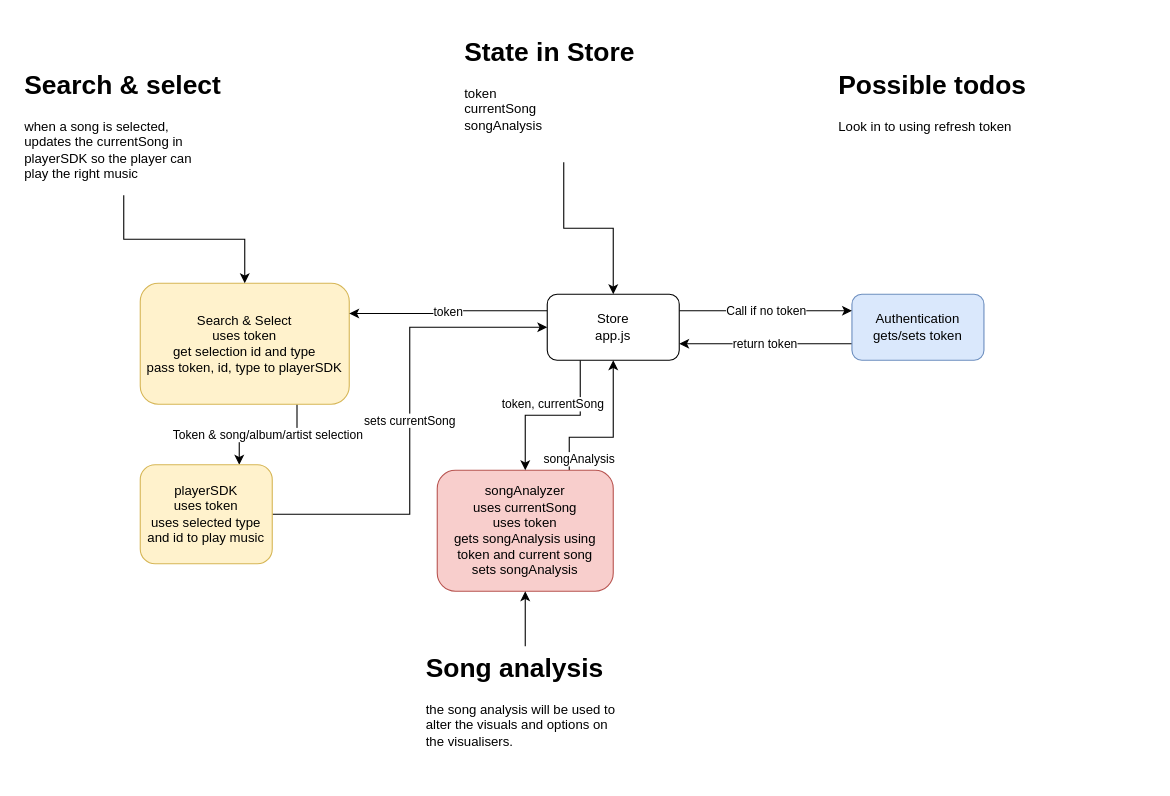
The draw.io diagram zenify.drawio in SilasCundiff/zenify, before the edit. Source tidied: cells renumbered, new cells numbered last; positions are measured from the earlier drawing's top-left corner, leaving out a move shared by most shapes. Both pictures are drawn from the tidied source at 110%, with x=0, y=0 at pixel (19, 30).
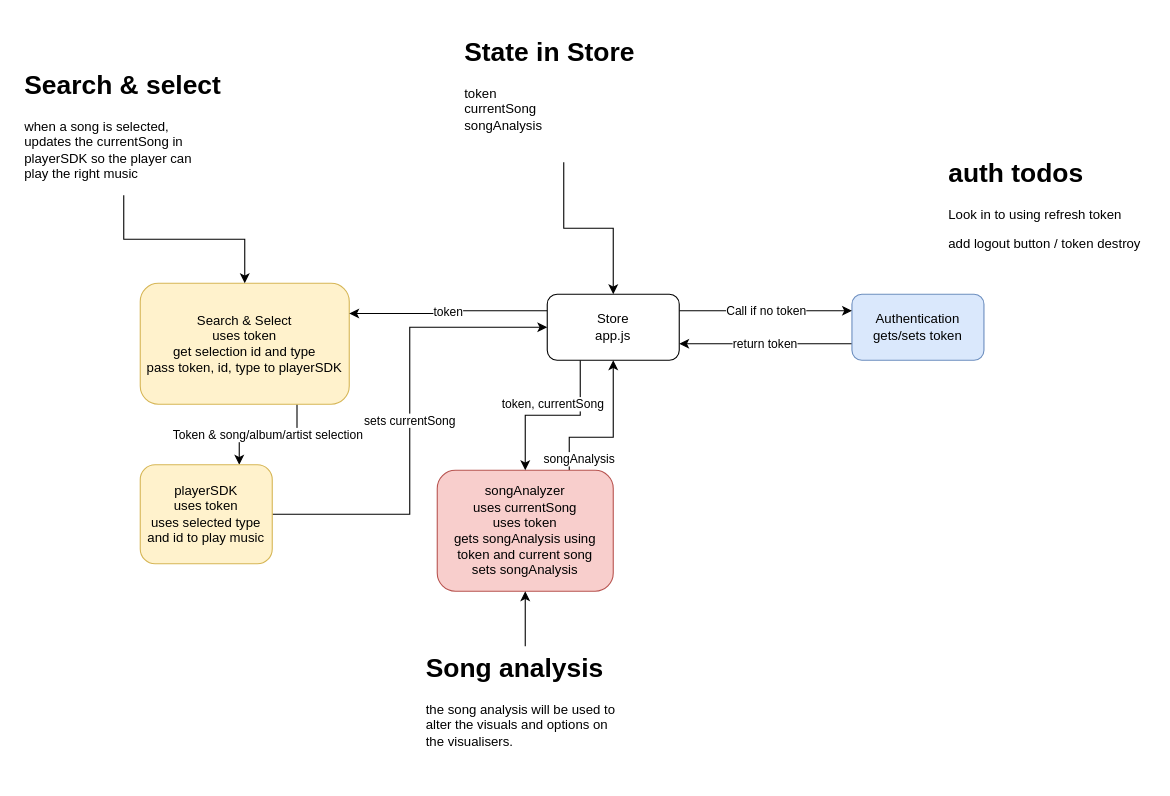
The same diagram, later.

The edit, as a diff of the source:
```diff
@@
-    <mxCell id="20" value="&lt;h1&gt;Possible todos&lt;/h1&gt;&lt;p&gt;Look in to using refresh token&lt;/p&gt;" style="text;html=1;strokeColor=none;fillColor=none;spacing=5;spacingTop=-20;whiteSpace=wrap;overflow=hidden;rounded=0;" parent="1" vertex="1">
-      <mxGeometry x="740" y="30" width="190" height="120" as="geometry" />
+    <mxCell id="20" value="&lt;h1&gt;auth todos&lt;/h1&gt;&lt;p&gt;Look in to using refresh token&lt;/p&gt;&lt;p&gt;add logout button / token destroy&lt;/p&gt;" style="text;html=1;strokeColor=none;fillColor=none;spacing=5;spacingTop=-20;whiteSpace=wrap;overflow=hidden;rounded=0;" parent="1" vertex="1">
+      <mxGeometry x="840" y="110" width="190" height="120" as="geometry" />
     </mxCell>
```
